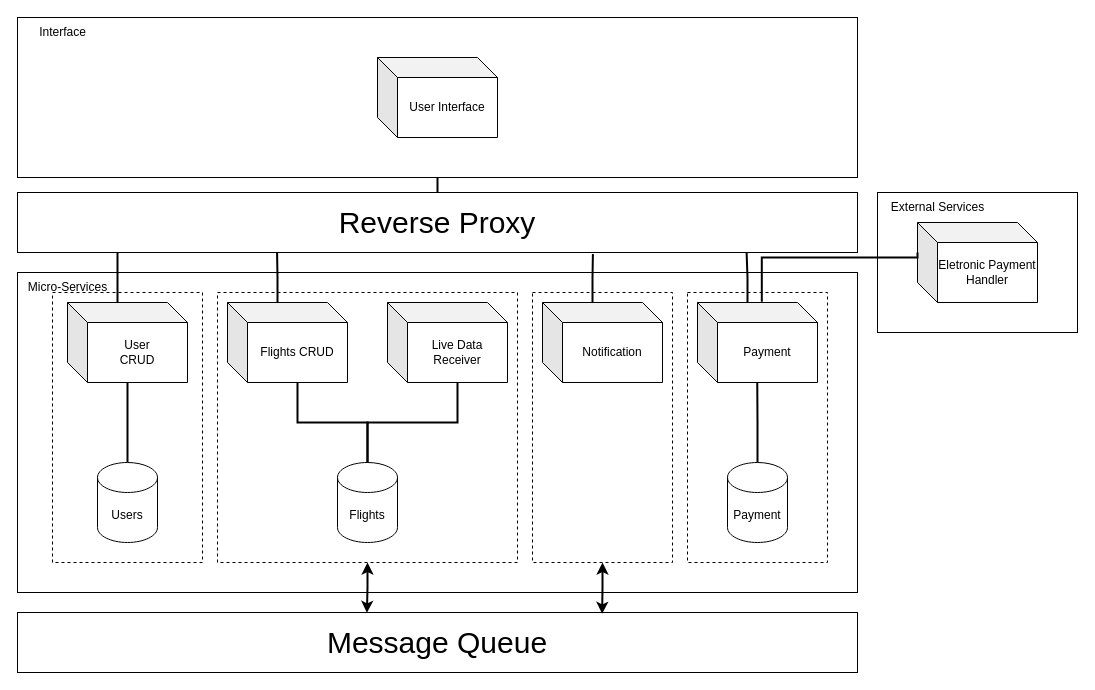
Before: docs/resources/Architecture.drawio in andreaoliveira9/Projeto-TQS, a draw.io diagram. Source tidied: cells renumbered, new cells numbered last; positions are measured from the earlier drawing's top-left corner, leaving out a move shared by most shapes. Both pictures are drawn from the tidied source at 100%, with x=0, y=0 at pixel (17, 17).
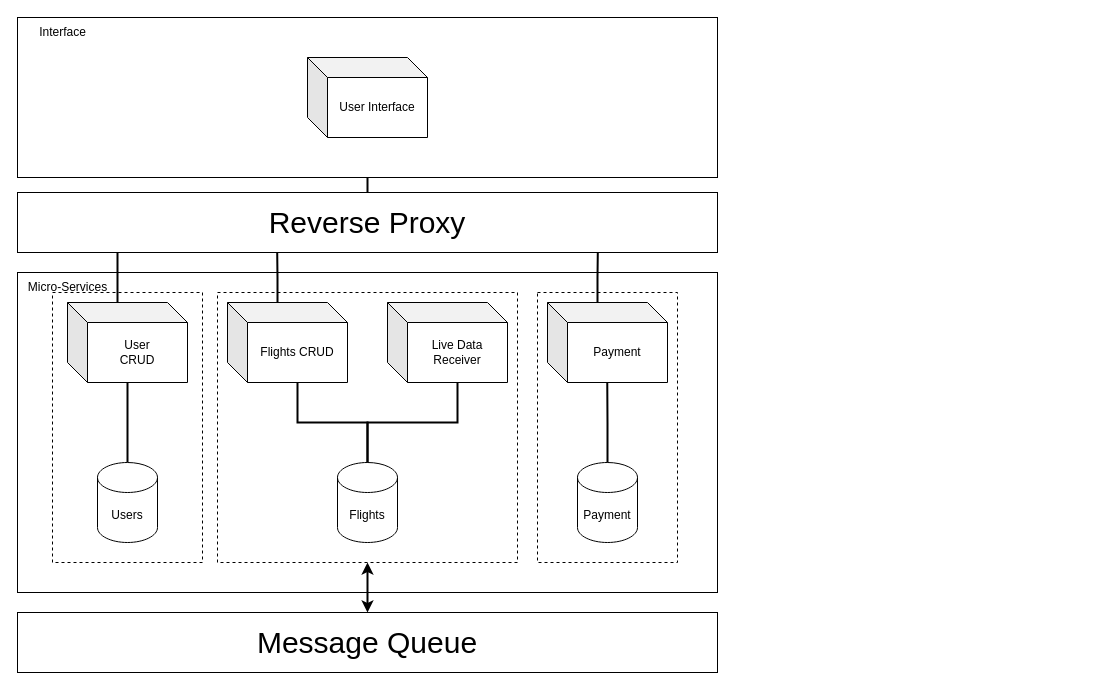
After the change.

Unchanged cells that the change refers to:
```xml
<mxCell id="5" style="rounded=0;whiteSpace=wrap;html=1;dashed=1;" parent="1" vertex="1">
  <mxGeometry x="200" y="275" width="300" height="270" as="geometry" />
</mxCell>
<mxCell id="11" value="Flights CRUD" style="shape=cube;whiteSpace=wrap;html=1;boundedLbl=1;backgroundOutline=1;darkOpacity=0.05;darkOpacity2=0.1;" parent="1" vertex="1">
  <mxGeometry x="210" y="285" width="120" height="80" as="geometry" />
</mxCell>
```

Diff of the diagram source:
```diff
@@
     <mxCell id="2" style="rounded=0;whiteSpace=wrap;html=1;align=left;" parent="1" vertex="1">
-      <mxGeometry y="255" width="840" height="320" as="geometry" />
+      <mxGeometry y="255" width="700" height="320" as="geometry" />
     </mxCell>
@@
-    <mxCell id="4" style="rounded=0;whiteSpace=wrap;html=1;dashed=1;" parent="1" vertex="1">
-      <mxGeometry x="515" y="275" width="140" height="270" as="geometry" />
-    </mxCell>
@@
-    <mxCell id="6" style="rounded=0;whiteSpace=wrap;html=1;" parent="1" vertex="1">
-      <mxGeometry x="860" y="175" width="200" height="140" as="geometry" />
-    </mxCell>
     <mxCell id="7" style="rounded=0;whiteSpace=wrap;html=1;align=left;" parent="1" vertex="1">
-      <mxGeometry width="840" height="160" as="geometry" />
+      <mxGeometry width="700" height="160" as="geometry" />
     </mxCell>
@@
     <mxCell id="15" value="User Interface" style="shape=cube;whiteSpace=wrap;html=1;boundedLbl=1;backgroundOutline=1;darkOpacity=0.05;darkOpacity2=0.1;" parent="1" vertex="1">
-      <mxGeometry x="360" y="40" width="120" height="80" as="geometry" />
+      <mxGeometry x="290" y="40" width="120" height="80" as="geometry" />
     </mxCell>
@@
-    <mxCell id="18" value="External Services" style="text;html=1;align=center;verticalAlign=middle;strokeColor=none;fillColor=none;" parent="1" vertex="1">
-      <mxGeometry x="860" y="175" width="120" height="30" as="geometry" />
-    </mxCell>
@@
-    <mxCell id="20" value="Eletronic Payment Handler" style="shape=cube;whiteSpace=wrap;html=1;boundedLbl=1;backgroundOutline=1;darkOpacity=0.05;darkOpacity2=0.1;" parent="1" vertex="1">
-      <mxGeometry x="900" y="205" width="120" height="80" as="geometry" />
-    </mxCell>
     <mxCell id="21" value="&lt;font style=&quot;font-size: 30px;&quot;&gt;Reverse Proxy&lt;/font&gt;" style="rounded=0;whiteSpace=wrap;html=1;align=center;" parent="1" vertex="1">
-      <mxGeometry y="175" width="840" height="60" as="geometry" />
+      <mxGeometry y="175" width="700" height="60" as="geometry" />
     </mxCell>
-    <mxCell id="22" value="Notification" style="shape=cube;whiteSpace=wrap;html=1;boundedLbl=1;backgroundOutline=1;darkOpacity=0.05;darkOpacity2=0.1;" parent="1" vertex="1">
-      <mxGeometry x="525" y="285" width="120" height="80" as="geometry" />
-    </mxCell>
@@
-    <mxCell id="24" style="edgeStyle=orthogonalEdgeStyle;rounded=0;jettySize=auto;html=1;exitX=0;exitY=0;exitDx=50;exitDy=0;exitPerimeter=0;endArrow=none;endFill=0;strokeWidth=2;entryX=0.309;entryY=0.99;entryDx=0;entryDy=0;entryPerimeter=0;" parent="1" edge="1" source="11" target="21">
+    <mxCell id="24" style="edgeStyle=orthogonalEdgeStyle;rounded=0;jettySize=auto;html=1;exitX=0;exitY=0;exitDx=50;exitDy=0;exitPerimeter=0;endArrow=none;endFill=0;strokeWidth=2;entryX=0.371;entryY=0.99;entryDx=0;entryDy=0;entryPerimeter=0;" parent="1" edge="1" source="11" target="21">
       <mxGeometry relative="1" as="geometry" />
     </mxCell>
@@
     <mxCell id="26" value="&lt;font style=&quot;font-size: 30px;&quot;&gt;Message&amp;nbsp;&lt;span style=&quot;background-color: initial;&quot;&gt;Queue&lt;/span&gt;&lt;/font&gt;" style="rounded=0;whiteSpace=wrap;html=1;align=center;" parent="1" vertex="1">
-      <mxGeometry y="595" width="840" height="60" as="geometry" />
+      <mxGeometry y="595" width="700" height="60" as="geometry" />
     </mxCell>
-    <mxCell id="27" style="edgeStyle=orthogonalEdgeStyle;rounded=0;jettySize=auto;html=1;exitX=0.5;exitY=1;exitDx=0;exitDy=0;startArrow=classic;startFill=1;strokeWidth=2;entryX=0.416;entryY=0.005;entryDx=0;entryDy=0;entryPerimeter=0;" parent="1" edge="1" source="5" target="26">
+    <mxCell id="27" style="edgeStyle=orthogonalEdgeStyle;rounded=0;jettySize=auto;html=1;exitX=0.5;exitY=1;exitDx=0;exitDy=0;startArrow=classic;startFill=1;strokeWidth=2;entryX=0.5;entryY=0;entryDx=0;entryDy=0;" parent="1" edge="1" source="5" target="26">
       <mxGeometry relative="1" as="geometry" />
     </mxCell>
-    <mxCell id="28" style="edgeStyle=orthogonalEdgeStyle;rounded=0;jettySize=auto;html=1;exitX=0;exitY=0;exitDx=49.99999999999999;exitDy=0;exitPerimeter=0;entryX=0.685;entryY=1.026;entryDx=0;entryDy=0;entryPerimeter=0;endArrow=none;endFill=0;strokeWidth=2;" parent="1" edge="1" source="22" target="21">
-      <mxGeometry relative="1" as="geometry" />
-    </mxCell>
     <mxCell id="29" style="rounded=0;whiteSpace=wrap;html=1;dashed=1;" parent="1" vertex="1">
-      <mxGeometry x="670" y="275" width="140" height="270" as="geometry" />
+      <mxGeometry x="520" y="275" width="140" height="270" as="geometry" />
     </mxCell>
     <mxCell id="30" value="Payment" style="shape=cube;whiteSpace=wrap;html=1;boundedLbl=1;backgroundOutline=1;darkOpacity=0.05;darkOpacity2=0.1;" parent="1" vertex="1">
-      <mxGeometry x="680" y="285" width="120" height="80" as="geometry" />
+      <mxGeometry x="530" y="285" width="120" height="80" as="geometry" />
     </mxCell>
     <mxCell id="31" value="Payment" style="shape=cylinder3;whiteSpace=wrap;html=1;boundedLbl=1;backgroundOutline=1;size=15;" parent="1" vertex="1">
-      <mxGeometry x="710" y="445" width="60" height="80" as="geometry" />
+      <mxGeometry x="560" y="445" width="60" height="80" as="geometry" />
     </mxCell>
-    <mxCell id="32" style="edgeStyle=orthogonalEdgeStyle;rounded=0;jettySize=auto;html=1;exitX=0;exitY=0;exitDx=50;exitDy=0;exitPerimeter=0;strokeWidth=2;endArrow=none;endFill=0;entryX=0.868;entryY=1.005;entryDx=0;entryDy=0;entryPerimeter=0;" parent="1" edge="1" source="30" target="21">
+    <mxCell id="32" style="edgeStyle=orthogonalEdgeStyle;rounded=0;jettySize=auto;html=1;exitX=0;exitY=0;exitDx=50;exitDy=0;exitPerimeter=0;strokeWidth=2;endArrow=none;endFill=0;entryX=0.829;entryY=0.99;entryDx=0;entryDy=0;entryPerimeter=0;" parent="1" edge="1" source="30" target="21">
       <mxGeometry relative="1" as="geometry" />
     </mxCell>
-    <mxCell id="33" style="edgeStyle=orthogonalEdgeStyle;rounded=0;jettySize=auto;html=1;exitX=0;exitY=0;exitDx=0;exitDy=30;exitPerimeter=0;entryX=0.536;entryY=-0.01;entryDx=0;entryDy=0;entryPerimeter=0;strokeWidth=2;startArrow=none;startFill=0;endArrow=none;endFill=0;" parent="1" edge="1" source="20" target="30">
-      <mxGeometry relative="1" as="geometry">
-        <Array as="points">
-          <mxPoint x="900" y="240" />
-          <mxPoint x="744" y="240" />
-        </Array>
-      </mxGeometry>
-    </mxCell>
-    <mxCell id="34" style="edgeStyle=orthogonalEdgeStyle;rounded=0;jettySize=auto;html=1;exitX=0.5;exitY=1;exitDx=0;exitDy=0;entryX=0.696;entryY=0.023;entryDx=0;entryDy=0;entryPerimeter=0;startArrow=classic;startFill=1;strokeWidth=2;" parent="1" edge="1" source="4" target="26">
-      <mxGeometry relative="1" as="geometry" />
-    </mxCell>
```
